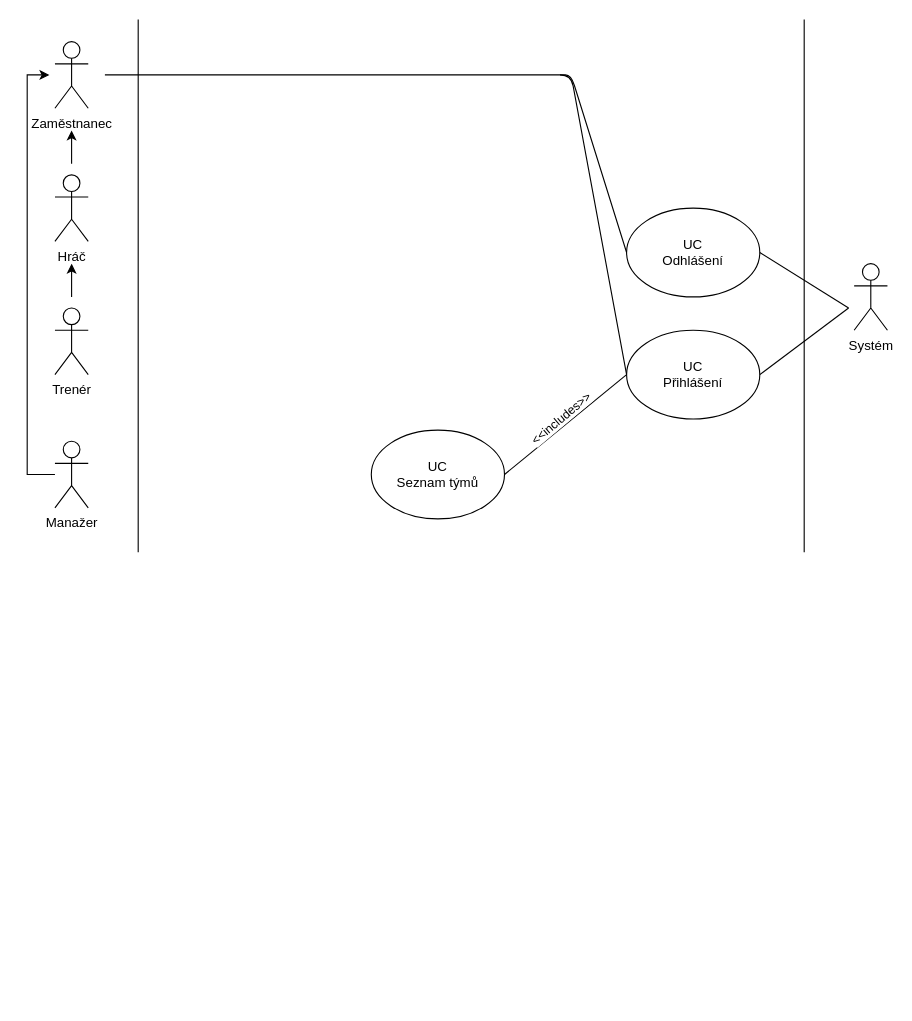
This is UseCaseDiagram.drawio from dminikm/EsportsIS, a draw.io file, before an edit. Source tidied: cells renumbered, new cells numbered last; positions are measured from the earlier drawing's top-left corner, leaving out a move shared by most shapes. Both pictures are drawn from the tidied source at 111%, with x=0, y=0 at pixel (27, 19).
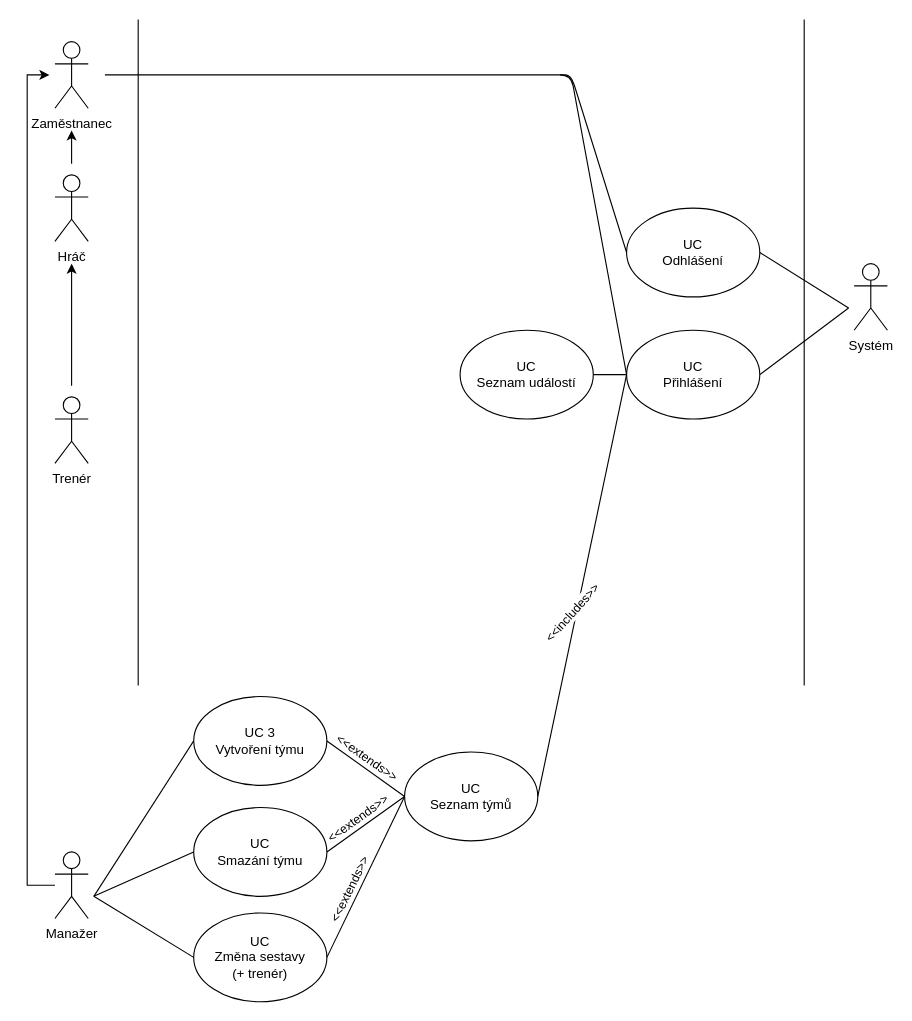
The same page after the edit.

The change refers to these unchanged cells:
```xml
<mxCell id="19" style="endArrow=none;html=1;exitX=1;exitY=0.5;exitDx=0;exitDy=0;entryX=0;entryY=0.5;entryDx=0;entryDy=0;" parent="1" edge="1" source="16" target="11">
  <mxGeometry relative="1" as="geometry" />
</mxCell>
```

Diff of the diagram source:
```diff
@@
     <mxCell id="2" style="endArrow=none;html=1;" parent="1" edge="1">
       <mxGeometry relative="1" as="geometry">
-        <mxPoint x="100" y="480" as="sourcePoint" />
+        <mxPoint x="100" y="600" as="sourcePoint" />
         <mxPoint x="100" as="targetPoint" />
       </mxGeometry>
     </mxCell>
     <mxCell id="3" style="endArrow=none;html=1;" parent="1" edge="1">
       <mxGeometry relative="1" as="geometry">
-        <mxPoint x="700" y="480" as="sourcePoint" />
+        <mxPoint x="700" y="600" as="sourcePoint" />
         <mxPoint x="700" as="targetPoint" />
       </mxGeometry>
     </mxCell>
@@
     <mxCell id="6" style="edgeStyle=orthogonalEdgeStyle;rounded=0;orthogonalLoop=1;jettySize=auto;html=1;" parent="1" edge="1">
       <mxGeometry relative="1" as="geometry">
-        <mxPoint x="40" y="250" as="sourcePoint" />
+        <mxPoint x="40" y="330" as="sourcePoint" />
         <mxPoint x="40" y="220" as="targetPoint" />
       </mxGeometry>
     </mxCell>
     <mxCell id="7" value="Trenér" style="shape=umlActor;verticalLabelPosition=bottom;verticalAlign=top;html=1;" parent="1" vertex="1">
-      <mxGeometry x="25" y="260" width="30" height="60" as="geometry" />
+      <mxGeometry x="25" y="340" width="30" height="60" as="geometry" />
     </mxCell>
     <mxCell id="8" style="edgeStyle=orthogonalEdgeStyle;rounded=0;jettySize=auto;html=1;" parent="1" edge="1" source="9">
       <mxGeometry relative="1" as="geometry">
         <mxPoint x="20" y="50" as="targetPoint" />
         <Array as="points">
-          <mxPoint y="410" />
+          <mxPoint y="780" />
           <mxPoint y="50" />
         </Array>
       </mxGeometry>
     </mxCell>
     <mxCell id="9" value="Manažer" style="shape=umlActor;verticalLabelPosition=bottom;verticalAlign=top;html=1;outlineConnect=0;" parent="1" vertex="1">
-      <mxGeometry x="25" y="380" width="30" height="60" as="geometry" />
+      <mxGeometry x="25" y="750" width="30" height="60" as="geometry" />
     </mxCell>
@@
     <mxCell id="16" value="UC&lt;br&gt;Seznam týmů" style="ellipse;whiteSpace=wrap;html=1;" parent="1" vertex="1">
-      <mxGeometry x="310" y="370" width="120" height="80" as="geometry" />
+      <mxGeometry x="340" y="660" width="120" height="80" as="geometry" />
     </mxCell>
@@
-    <mxCell id="20" value="&amp;lt;&amp;lt;includes&amp;gt;&amp;gt;" style="edgeLabel;html=1;align=center;verticalAlign=middle;rotation=320;" parent="19" vertex="1">
+    <mxCell id="20" value="&amp;lt;&amp;lt;includes&amp;gt;&amp;gt;" style="edgeLabel;html=1;align=center;verticalAlign=middle;rotation=312;" parent="19" vertex="1">
       <mxGeometry x="-0.21" y="-2" relative="1" as="geometry">
-        <mxPoint x="5.5" y="-16.2" as="offset" />
+        <mxPoint x="-3.1" y="-15.8" as="offset" />
       </mxGeometry>
     </mxCell>
+    <mxCell id="21" value="UC 3&lt;br&gt;Vytvoření týmu" style="ellipse;whiteSpace=wrap;html=1;" parent="1" vertex="1">
+      <mxGeometry x="150" y="610" width="120" height="80" as="geometry" />
+    </mxCell>
+    <mxCell id="22" style="endArrow=none;html=1;entryX=0;entryY=0.5;entryDx=0;entryDy=0;" parent="1" edge="1" target="21">
+      <mxGeometry relative="1" as="geometry">
+        <mxPoint x="60" y="790" as="sourcePoint" />
+      </mxGeometry>
+    </mxCell>
+    <mxCell id="23" style="endArrow=none;html=1;entryX=1;entryY=0.5;entryDx=0;entryDy=0;exitX=0;exitY=0.5;exitDx=0;exitDy=0;" parent="1" edge="1" source="16" target="21">
+      <mxGeometry relative="1" as="geometry" />
+    </mxCell>
+    <mxCell id="24" value="&amp;lt;&amp;lt;extends&amp;gt;&amp;gt;" style="edgeLabel;html=1;align=center;verticalAlign=middle;rotation=35;" parent="23" vertex="1">
+      <mxGeometry x="0.53" y="2" relative="1" as="geometry">
+        <mxPoint x="20.6" y="1.5" as="offset" />
+      </mxGeometry>
+    </mxCell>
+    <mxCell id="25" value="UC&lt;br&gt;Smazání týmu" style="ellipse;whiteSpace=wrap;html=1;" parent="1" vertex="1">
+      <mxGeometry x="150" y="710" width="120" height="80" as="geometry" />
+    </mxCell>
+    <mxCell id="26" style="endArrow=none;html=1;entryX=0;entryY=0.5;entryDx=0;entryDy=0;exitX=1;exitY=0.5;exitDx=0;exitDy=0;" parent="1" edge="1" source="25" target="16">
+      <mxGeometry relative="1" as="geometry" />
+    </mxCell>
+    <mxCell id="27" value="&amp;lt;&amp;lt;extends&amp;gt;&amp;gt;" style="edgeLabel;html=1;align=center;verticalAlign=middle;rotation=324;" parent="26" vertex="1">
+      <mxGeometry x="-0.57" relative="1" as="geometry">
+        <mxPoint x="13" y="-19.3" as="offset" />
+      </mxGeometry>
+    </mxCell>
+    <mxCell id="28" style="endArrow=none;html=1;entryX=0;entryY=0.5;entryDx=0;entryDy=0;" parent="1" edge="1" target="25">
+      <mxGeometry relative="1" as="geometry">
+        <mxPoint x="60" y="790" as="sourcePoint" />
+      </mxGeometry>
+    </mxCell>
+    <mxCell id="29" value="UC&lt;br&gt;Změna sestavy&lt;br&gt;(+ trenér)" style="ellipse;whiteSpace=wrap;html=1;" parent="1" vertex="1">
+      <mxGeometry x="150" y="805" width="120" height="80" as="geometry" />
+    </mxCell>
+    <mxCell id="30" style="endArrow=none;html=1;entryX=0;entryY=0.5;entryDx=0;entryDy=0;exitX=1;exitY=0.5;exitDx=0;exitDy=0;" parent="1" edge="1" source="29" target="16">
+      <mxGeometry relative="1" as="geometry" />
+    </mxCell>
+    <mxCell id="31" value="&amp;lt;&amp;lt;extends&amp;gt;&amp;gt;" style="edgeLabel;html=1;align=center;verticalAlign=middle;rotation=296;" parent="30" vertex="1">
+      <mxGeometry x="-0.57" relative="1" as="geometry">
+        <mxPoint x="5" y="-28.9" as="offset" />
+      </mxGeometry>
+    </mxCell>
+    <mxCell id="32" style="endArrow=none;html=1;entryX=0;entryY=0.5;entryDx=0;entryDy=0;" parent="1" edge="1" target="29">
+      <mxGeometry relative="1" as="geometry">
+        <mxPoint x="60" y="790" as="sourcePoint" />
+      </mxGeometry>
+    </mxCell>
+    <mxCell id="33" value="UC&lt;br&gt;Seznam událostí" style="ellipse;whiteSpace=wrap;html=1;" parent="1" vertex="1">
+      <mxGeometry x="390" y="280" width="120" height="80" as="geometry" />
+    </mxCell>
+    <mxCell id="34" style="endArrow=none;html=1;entryX=1;entryY=0.5;entryDx=0;entryDy=0;" parent="1" edge="1" target="33">
+      <mxGeometry relative="1" as="geometry">
+        <mxPoint x="540" y="320" as="sourcePoint" />
+      </mxGeometry>
+    </mxCell>
```
